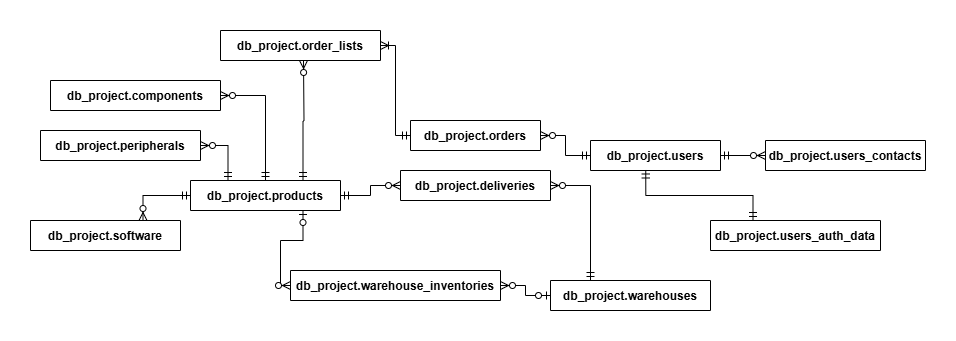
This is images/db_concept.drawio.png from tewln/db_project, a draw.io export, as it was before one commit. Source tidied: cells renumbered, new cells last; positions are measured from the earlier drawing's top-left corner, leaving out a move shared by most shapes. Source of this version:
```xml
<mxGraphModel>
  <root>
    <mxCell id="0" />
    <mxCell id="1" parent="0" />
    <mxCell id="2" value="db_project.users" style="shape=table;startSize=30;rowLines=0;fontStyle=1;align=center;" parent="1" vertex="1" collapsed="1">
      <mxGeometry x="560" y="110" width="130" height="30" as="geometry" />
    </mxCell>
    <mxCell id="3" value="db_project.orders" style="shape=table;startSize=30;rowLines=0;fontStyle=1;align=center;" parent="1" vertex="1" collapsed="1">
      <mxGeometry x="380" y="90" width="130" height="30" as="geometry" />
    </mxCell>
    <mxCell id="4" value="db_project.products" style="shape=table;startSize=30;rowLines=0;fontStyle=1;align=center;" parent="1" vertex="1" collapsed="1">
      <mxGeometry x="160" y="150" width="150" height="30" as="geometry" />
    </mxCell>
    <mxCell id="5" value="db_project.software" style="shape=table;startSize=30;rowLines=0;fontStyle=1;align=center;" parent="1" vertex="1" collapsed="1">
      <mxGeometry y="190" width="150" height="30" as="geometry" />
    </mxCell>
    <mxCell id="6" value="db_project.components" style="shape=table;startSize=30;rowLines=0;fontStyle=1;align=center;" parent="1" vertex="1" collapsed="1">
      <mxGeometry x="20" y="50" width="170" height="30" as="geometry" />
    </mxCell>
    <mxCell id="7" value="db_project.peripherals" style="shape=table;startSize=30;rowLines=0;fontStyle=1;align=center;" parent="1" vertex="1" collapsed="1">
      <mxGeometry x="10" y="100" width="160" height="30" as="geometry" />
    </mxCell>
    <mxCell id="8" value="db_project.warehouses" style="shape=table;startSize=30;rowLines=0;fontStyle=1;align=center;" parent="1" vertex="1" collapsed="1">
      <mxGeometry x="520" y="250" width="160" height="30" as="geometry" />
    </mxCell>
    <mxCell id="9" value="db_project.warehouse_inventories" style="shape=table;startSize=30;rowLines=0;fontStyle=1;align=center;" parent="1" vertex="1" collapsed="1">
      <mxGeometry x="260" y="240" width="210" height="30" as="geometry" />
    </mxCell>
    <mxCell id="10" value="db_project.order_lists" style="shape=table;startSize=30;rowLines=0;fontStyle=1;align=center;" parent="1" vertex="1" collapsed="1">
      <mxGeometry x="190" width="160" height="30" as="geometry" />
    </mxCell>
    <mxCell id="11" value="db_project.deliveries" style="shape=table;startSize=30;rowLines=0;fontStyle=1;align=center;" parent="1" vertex="1" collapsed="1">
      <mxGeometry x="370" y="140" width="150" height="30" as="geometry" />
    </mxCell>
    <mxCell id="12" style="edgeStyle=orthogonalEdgeStyle;fontSize=12;html=1;endArrow=ERzeroToMany;startArrow=ERmandOne;rounded=0;exitX=0.5;exitY=0;exitDx=0;exitDy=0;entryX=1;entryY=0.5;entryDx=0;entryDy=0;" parent="1" edge="1" source="4" target="6">
      <mxGeometry relative="1" as="geometry" />
    </mxCell>
    <mxCell id="13" style="edgeStyle=orthogonalEdgeStyle;fontSize=12;html=1;endArrow=ERzeroToMany;startArrow=ERmandOne;rounded=0;exitX=0.75;exitY=0;exitDx=0;exitDy=0;" parent="1" edge="1" source="4">
      <mxGeometry relative="1" as="geometry">
        <mxPoint x="273" y="30" as="targetPoint" />
      </mxGeometry>
    </mxCell>
    <mxCell id="14" value="db_project.users_contacts" style="shape=table;startSize=30;rowLines=0;fontStyle=1;align=center;" parent="1" vertex="1" collapsed="1">
      <mxGeometry x="735" y="110" width="160" height="30" as="geometry" />
    </mxCell>
    <mxCell id="15" value="db_project.users_auth_data" style="shape=table;startSize=30;rowLines=0;fontStyle=1;align=center;" parent="1" vertex="1" collapsed="1">
      <mxGeometry x="680" y="190" width="170" height="30" as="geometry" />
    </mxCell>
  </root>
</mxGraphModel>
```
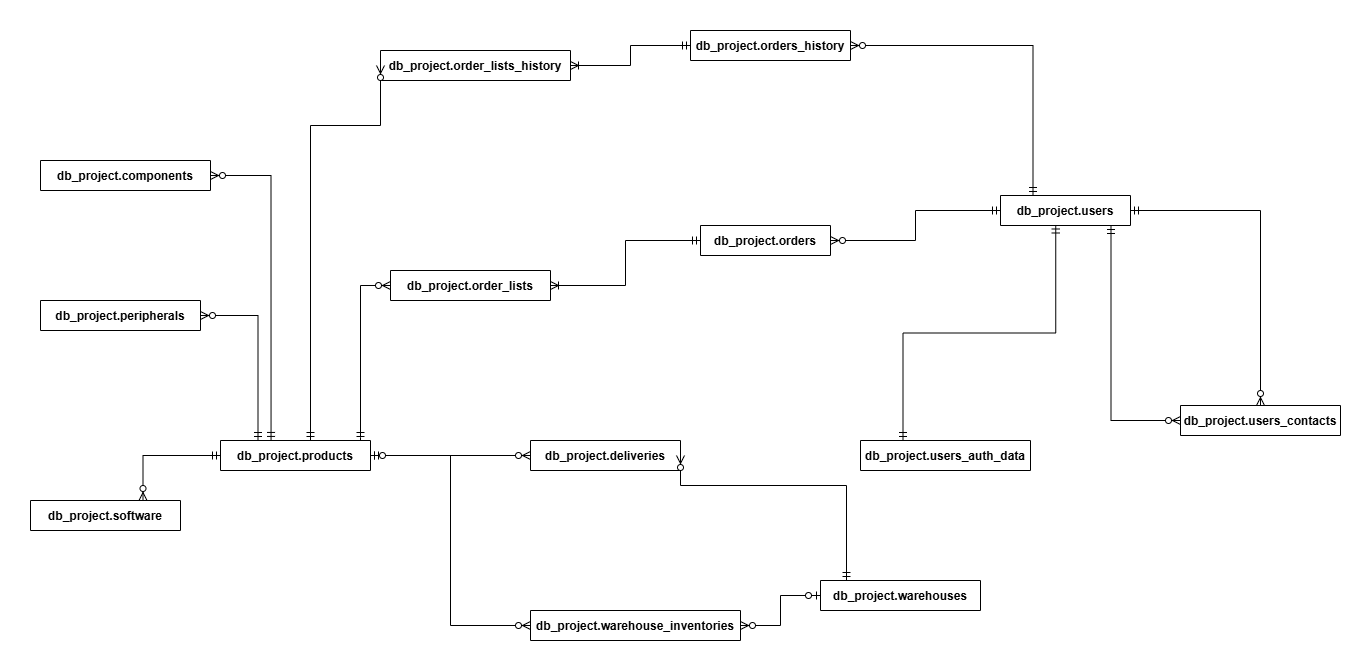
Above is the later version.

Change to the diagram source:
```diff
@@ -3,48 +3,46 @@
     <mxCell id="0" />
     <mxCell id="1" parent="0" />
     <mxCell id="2" value="db_project.users" style="shape=table;startSize=30;rowLines=0;fontStyle=1;align=center;" parent="1" vertex="1" collapsed="1">
-      <mxGeometry x="560" y="110" width="130" height="30" as="geometry" />
+      <mxGeometry x="930" y="-75" width="130" height="30" as="geometry" />
     </mxCell>
     <mxCell id="3" value="db_project.orders" style="shape=table;startSize=30;rowLines=0;fontStyle=1;align=center;" parent="1" vertex="1" collapsed="1">
-      <mxGeometry x="380" y="90" width="130" height="30" as="geometry" />
+      <mxGeometry x="630" y="-45" width="130" height="30" as="geometry" />
     </mxCell>
     <mxCell id="4" value="db_project.products" style="shape=table;startSize=30;rowLines=0;fontStyle=1;align=center;" parent="1" vertex="1" collapsed="1">
-      <mxGeometry x="160" y="150" width="150" height="30" as="geometry" />
+      <mxGeometry x="150" y="170" width="150" height="30" as="geometry" />
     </mxCell>
     <mxCell id="5" value="db_project.software" style="shape=table;startSize=30;rowLines=0;fontStyle=1;align=center;" parent="1" vertex="1" collapsed="1">
-      <mxGeometry y="190" width="150" height="30" as="geometry" />
+      <mxGeometry x="-40" y="230" width="150" height="30" as="geometry" />
     </mxCell>
     <mxCell id="6" value="db_project.components" style="shape=table;startSize=30;rowLines=0;fontStyle=1;align=center;" parent="1" vertex="1" collapsed="1">
-      <mxGeometry x="20" y="50" width="170" height="30" as="geometry" />
+      <mxGeometry x="-30" y="-110" width="170" height="30" as="geometry" />
     </mxCell>
     <mxCell id="7" value="db_project.peripherals" style="shape=table;startSize=30;rowLines=0;fontStyle=1;align=center;" parent="1" vertex="1" collapsed="1">
-      <mxGeometry x="10" y="100" width="160" height="30" as="geometry" />
+      <mxGeometry x="-30" y="30" width="160" height="30" as="geometry" />
     </mxCell>
     <mxCell id="8" value="db_project.warehouses" style="shape=table;startSize=30;rowLines=0;fontStyle=1;align=center;" parent="1" vertex="1" collapsed="1">
-      <mxGeometry x="520" y="250" width="160" height="30" as="geometry" />
+      <mxGeometry x="750" y="310" width="160" height="30" as="geometry" />
     </mxCell>
     <mxCell id="9" value="db_project.warehouse_inventories" style="shape=table;startSize=30;rowLines=0;fontStyle=1;align=center;" parent="1" vertex="1" collapsed="1">
-      <mxGeometry x="260" y="240" width="210" height="30" as="geometry" />
+      <mxGeometry x="460" y="340" width="210" height="30" as="geometry" />
     </mxCell>
     <mxCell id="10" value="db_project.order_lists" style="shape=table;startSize=30;rowLines=0;fontStyle=1;align=center;" parent="1" vertex="1" collapsed="1">
-      <mxGeometry x="190" width="160" height="30" as="geometry" />
+      <mxGeometry x="320" width="160" height="30" as="geometry" />
     </mxCell>
     <mxCell id="11" value="db_project.deliveries" style="shape=table;startSize=30;rowLines=0;fontStyle=1;align=center;" parent="1" vertex="1" collapsed="1">
-      <mxGeometry x="370" y="140" width="150" height="30" as="geometry" />
+      <mxGeometry x="460" y="170" width="150" height="30" as="geometry" />
     </mxCell>
-    <mxCell id="12" style="edgeStyle=orthogonalEdgeStyle;fontSize=12;html=1;endArrow=ERzeroToMany;startArrow=ERmandOne;rounded=0;exitX=0.5;exitY=0;exitDx=0;exitDy=0;entryX=1;entryY=0.5;entryDx=0;entryDy=0;" parent="1" edge="1" source="4" target="6">
-      <mxGeometry relative="1" as="geometry" />
-    </mxCell>
-    <mxCell id="13" style="edgeStyle=orthogonalEdgeStyle;fontSize=12;html=1;endArrow=ERzeroToMany;startArrow=ERmandOne;rounded=0;exitX=0.75;exitY=0;exitDx=0;exitDy=0;" parent="1" edge="1" source="4">
-      <mxGeometry relative="1" as="geometry">
-        <mxPoint x="273" y="30" as="targetPoint" />
-      </mxGeometry>
-    </mxCell>
     <mxCell id="14" value="db_project.users_contacts" style="shape=table;startSize=30;rowLines=0;fontStyle=1;align=center;" parent="1" vertex="1" collapsed="1">
-      <mxGeometry x="735" y="110" width="160" height="30" as="geometry" />
+      <mxGeometry x="1110" y="135" width="160" height="30" as="geometry" />
     </mxCell>
     <mxCell id="15" value="db_project.users_auth_data" style="shape=table;startSize=30;rowLines=0;fontStyle=1;align=center;" parent="1" vertex="1" collapsed="1">
-      <mxGeometry x="680" y="190" width="170" height="30" as="geometry" />
+      <mxGeometry x="790" y="170" width="170" height="30" as="geometry" />
     </mxCell>
+    <mxCell id="16" value="db_project.orders_history" style="shape=table;startSize=30;rowLines=0;fontStyle=1;align=center;" parent="1" vertex="1" collapsed="1">
+      <mxGeometry x="620" y="-240" width="160" height="30" as="geometry" />
+    </mxCell>
+    <mxCell id="17" value="db_project.order_lists_history" style="shape=table;startSize=30;rowLines=0;fontStyle=1;align=center;" parent="1" vertex="1" collapsed="1">
+      <mxGeometry x="310" y="-220" width="190" height="30" as="geometry" />
+    </mxCell>
   </root>
 </mxGraphModel>
```
